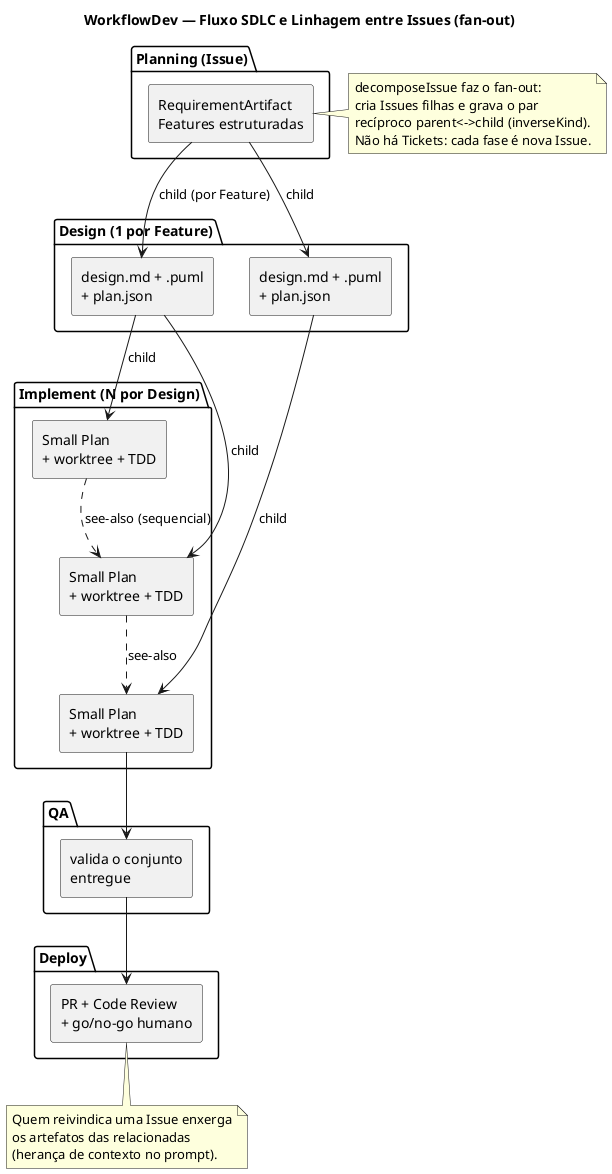
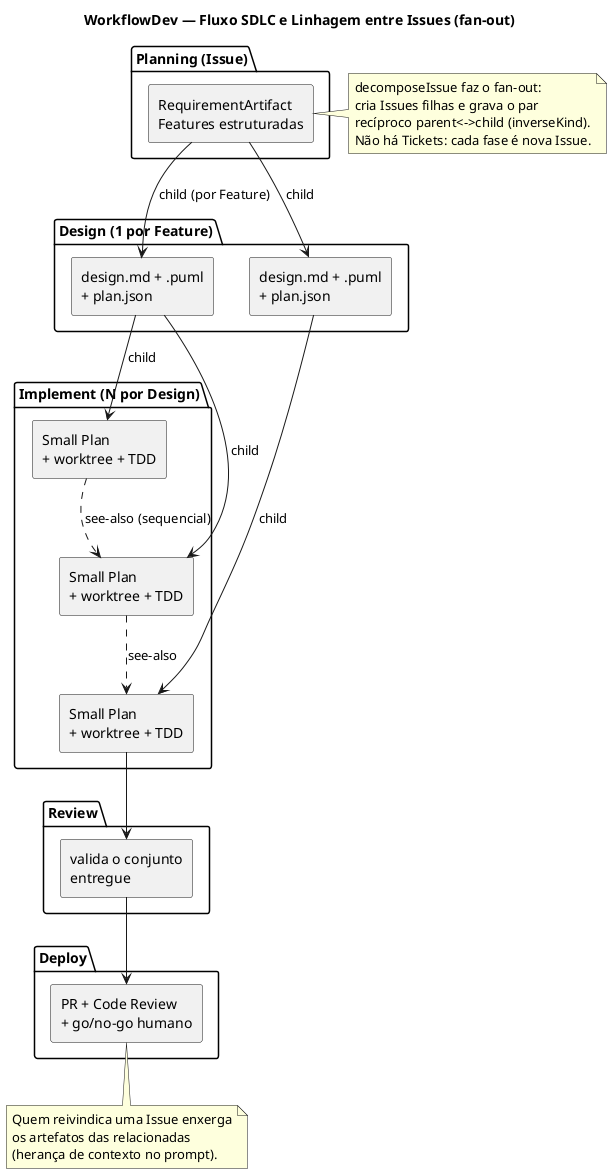
@startuml sdlc-lineage
title WorkflowDev — Fluxo SDLC e Linhagem entre Issues (fan-out)

skinparam componentStyle rectangle
top to bottom direction

package "Planning (Issue)" {
  [RequirementArtifact\nFeatures estruturadas] as P
}

package "Design (1 por Feature)" {
  [design.md + .puml\n+ plan.json] as D1
  [design.md + .puml\n+ plan.json] as D2
}

package "Implement (N por Design)" {
  [Small Plan\n+ worktree + TDD] as I1
  [Small Plan\n+ worktree + TDD] as I2
  [Small Plan\n+ worktree + TDD] as I3
}

- package "QA" {
-   [valida o conjunto\nentregue] as QAc
+ package "Review" {
+   [valida o conjunto\nentregue] as REVc
}

package "Deploy" {
  [PR + Code Review\n+ go/no-go humano] as DEP
}

P --> D1 : child (por Feature)
P --> D2 : child
D1 --> I1 : child
D1 --> I2 : child
D2 --> I3 : child
I1 ..> I2 : see-also (sequencial)
I2 ..> I3 : see-also
- I3 --> QAc
- QAc --> DEP
+ I3 --> REVc
+ REVc --> DEP

note right of P
  decomposeIssue faz o fan-out:
  cria Issues filhas e grava o par
  recíproco parent<->child (inverseKind).
  Não há Tickets: cada fase é nova Issue.
end note

note bottom of DEP
  Quem reivindica uma Issue enxerga
  os artefatos das relacionadas
  (herança de contexto no prompt).
end note
@enduml
